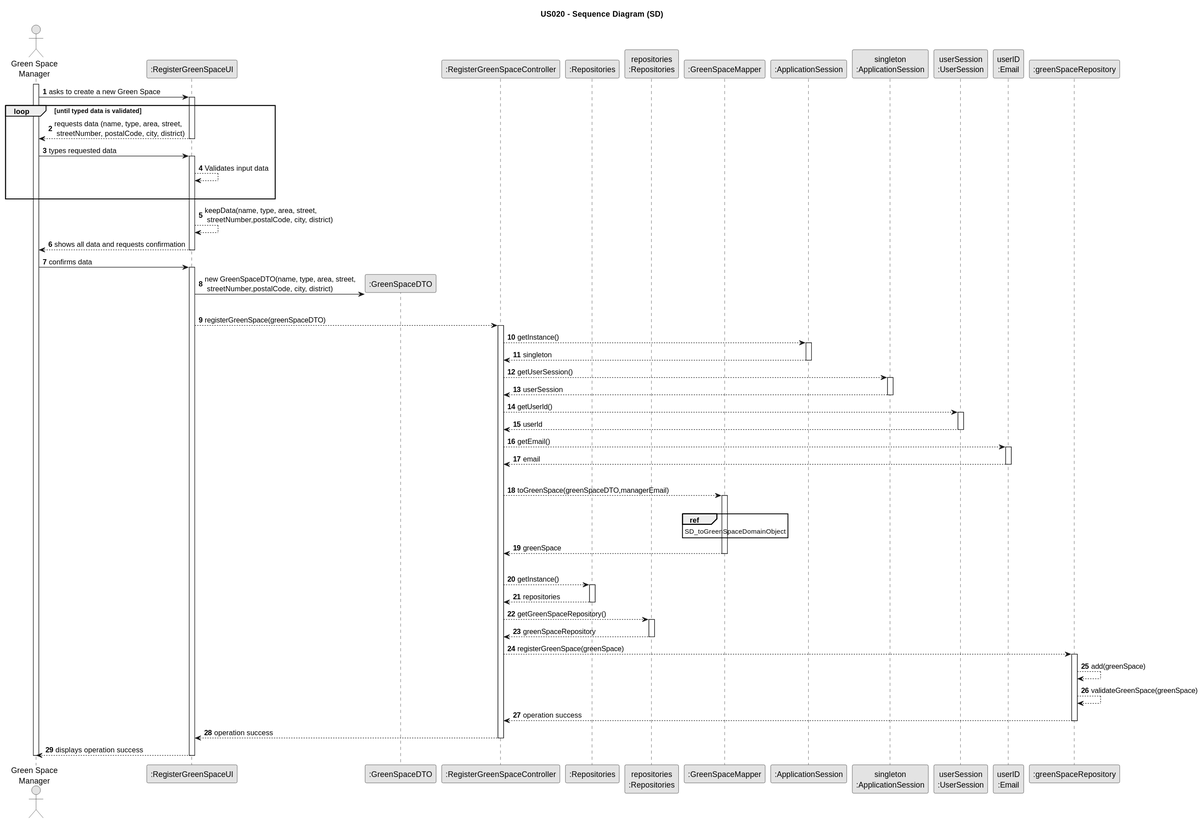
Above: docs/sprintC/us020/03.design/svg/us020-sequence-diagram.svg in Rui-San/LAPR2_2023_2024 (PlantUML), before the change.
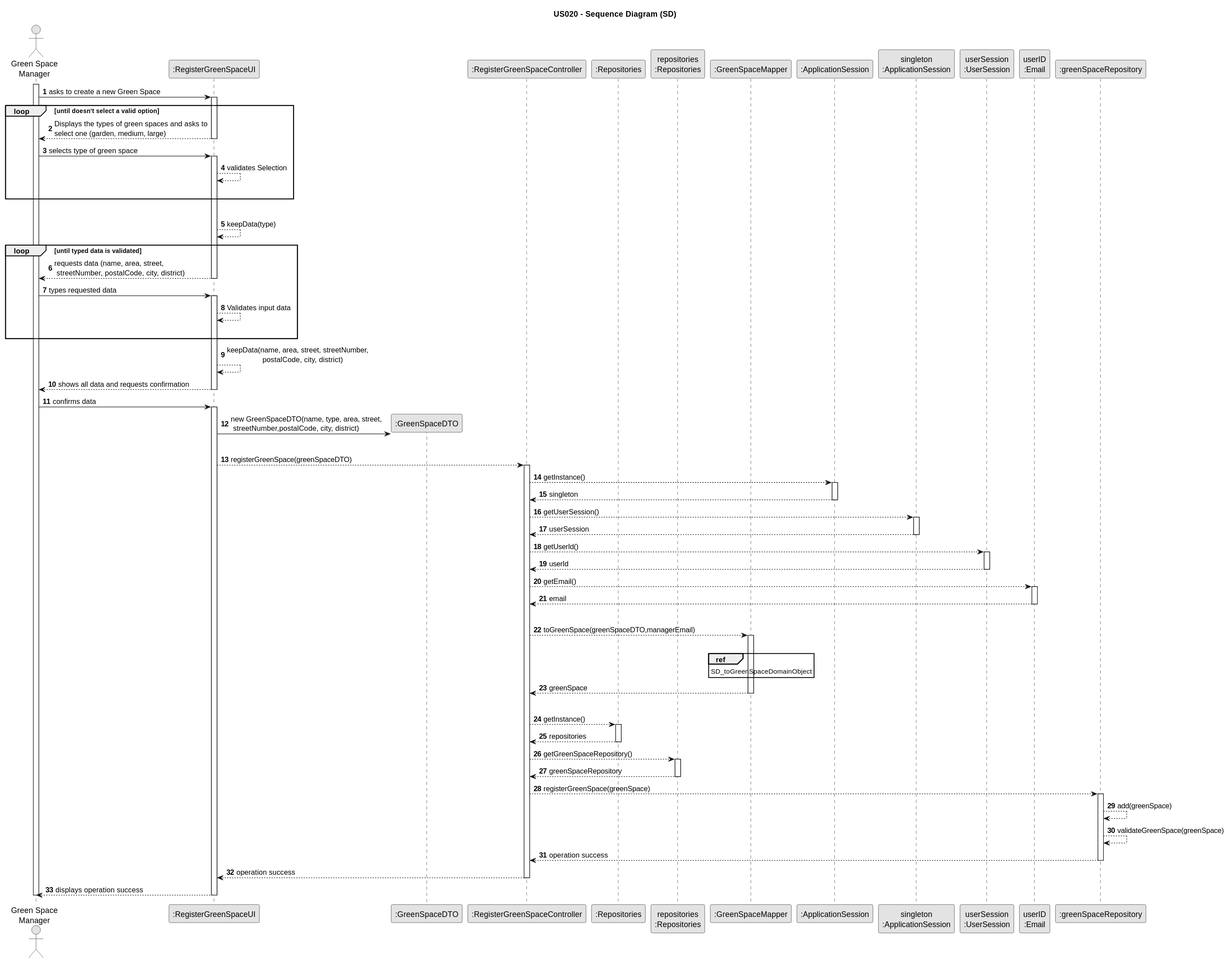
Above is the later version.

Commit message:
US20: Fixed SSD / SD and rationale table with the addition of green space type selection instead of typing data.

Change to the diagram source:
```diff
@@ -24,11 +24,21 @@
 
     GSM -> UI : asks to create a new Green Space
     activate UI
+    loop until doesn't select a valid option
+UI --> GSM : Displays the types of green spaces and asks to\nselect one (garden, medium, large)
+    deactivate UI
 
+    GSM -> UI : selects type of green space
+    activate UI
+    UI --> UI: validates Selection
+                    |||
+                    end
+                    |||
+        UI --> UI : keepData(type)
 
 
 loop until typed data is validated
-        UI --> GSM : requests data (name, type, area, street,\n streetNumber, postalCode, city, district)
+        UI --> GSM : requests data (name, area, street,\n streetNumber, postalCode, city, district)
     deactivate UI
 
     GSM -> UI : types requested data
@@ -37,7 +47,7 @@
     UI --> UI: Validates input data
     |||
 end loop
-        UI --> UI : keepData(name, type, area, street,\n streetNumber,postalCode, city, district)
+        UI --> UI : keepData(name, area, street, streetNumber,\n                postalCode, city, district)
         UI --> GSM : shows all data and requests confirmation
     deactivate UI
 
```
